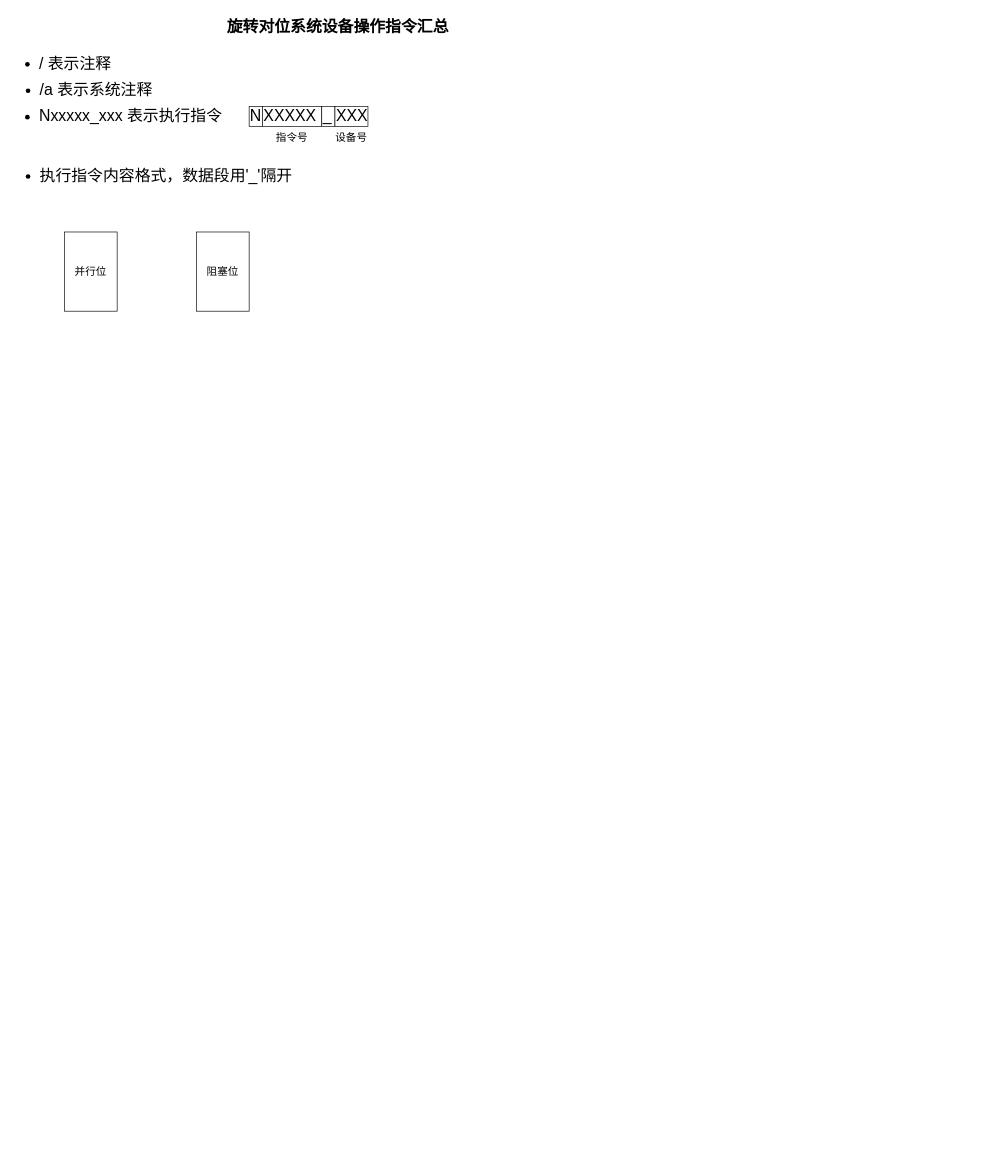
FalconARDev2018/falcon_mc6s16_v10r00 keeps this draw.io diagram as page "指令说明" (1 of 2) of 旋转对位系统设备指令汇总.drawio. Above is the earlier version. Source tidied: cells renumbered, new cells numbered last; positions are measured from the earlier drawing's top-left corner, leaving out a move shared by most shapes. Both pictures are drawn from the tidied source at 66%, with x=0, y=0 at pixel (11, 14).
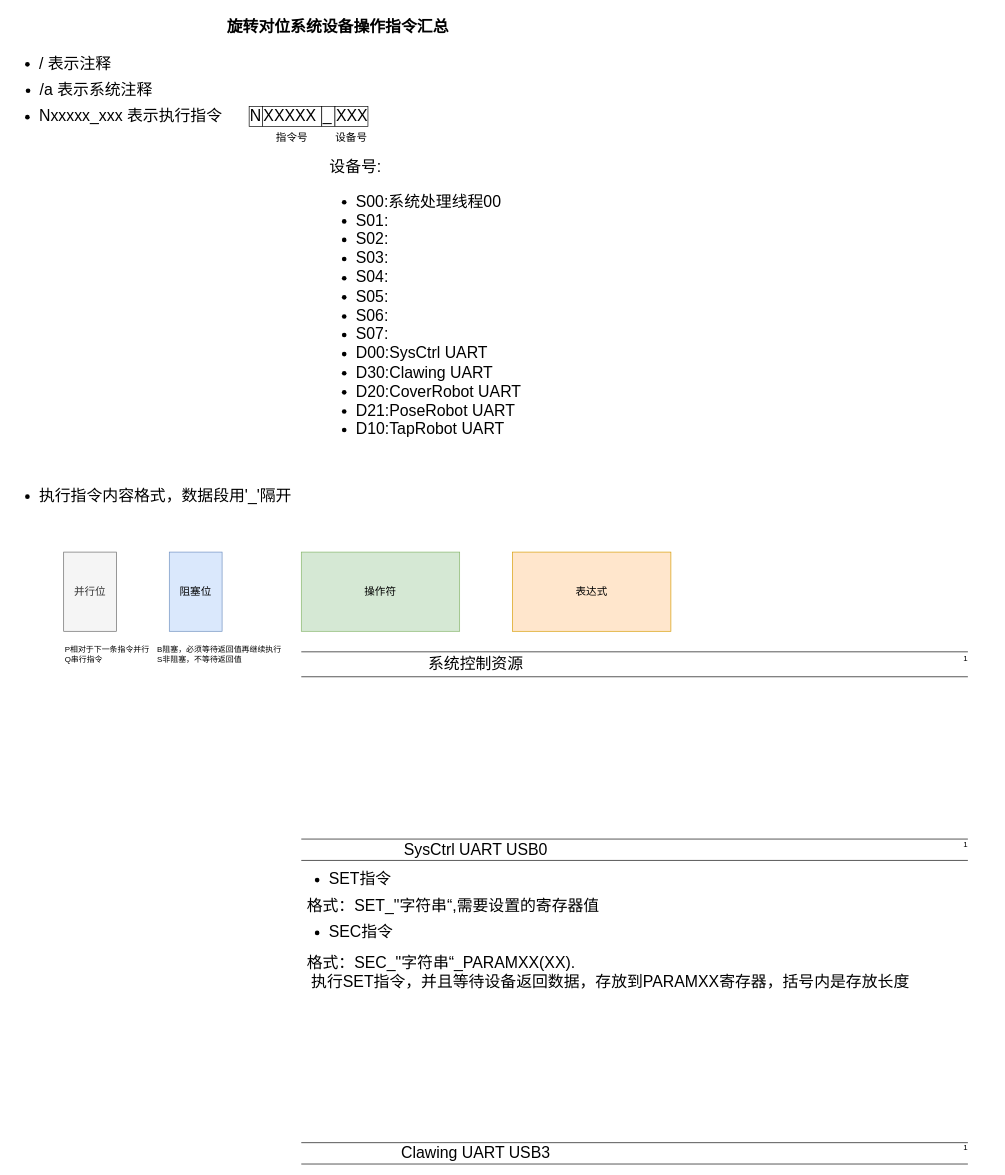
The same page after the edit.

Commit message:
更新旋转对位系统设备指令汇总.drawio

The edit, as a diff of the source:
```diff
@@
     <mxCell id="12" value="&lt;ul&gt;&lt;li&gt;执行指令内容格式，数据段用'_'隔开&lt;/li&gt;&lt;/ul&gt;" style="text;strokeColor=none;align=left;fillColor=none;html=1;verticalAlign=middle;whiteSpace=wrap;rounded=0;fontSize=24;" parent="1" vertex="1">
-      <mxGeometry x="1" y="230" width="829" height="30" as="geometry" />
+      <mxGeometry y="715" width="829" height="30" as="geometry" />
     </mxCell>
-    <mxCell id="13" value="并行位" style="rounded=0;whiteSpace=wrap;html=1;fontSize=16;" parent="1" vertex="1">
-      <mxGeometry x="80" y="330" width="80" height="120" as="geometry" />
+    <mxCell id="13" value="并行位" style="rounded=0;whiteSpace=wrap;html=1;fontSize=16;fillColor=#f5f5f5;fontColor=#333333;strokeColor=#666666;" parent="1" vertex="1">
+      <mxGeometry x="79" y="815" width="80" height="120" as="geometry" />
     </mxCell>
-    <mxCell id="14" value="阻塞位" style="rounded=0;whiteSpace=wrap;html=1;fontSize=16;" parent="1" vertex="1">
-      <mxGeometry x="280" y="330" width="80" height="120" as="geometry" />
+    <mxCell id="14" value="阻塞位" style="rounded=0;whiteSpace=wrap;html=1;fontSize=16;fillColor=#dae8fc;strokeColor=#6c8ebf;" parent="1" vertex="1">
+      <mxGeometry x="239" y="815" width="80" height="120" as="geometry" />
     </mxCell>
+    <mxCell id="15" value="操作符" style="rounded=0;whiteSpace=wrap;html=1;fontSize=16;fillColor=#d5e8d4;strokeColor=#82b366;" parent="1" vertex="1">
+      <mxGeometry x="439" y="815" width="240" height="120" as="geometry" />
+    </mxCell>
+    <mxCell id="16" value="表达式" style="rounded=0;whiteSpace=wrap;html=1;fontSize=16;fillColor=#ffe6cc;strokeColor=#d79b00;" parent="1" vertex="1">
+      <mxGeometry x="759" y="815" width="240" height="120" as="geometry" />
+    </mxCell>
+    <mxCell id="17" value="&lt;div style=&quot;font-size: 12px;&quot; align=&quot;left&quot;&gt;&lt;font style=&quot;font-size: 12px;&quot;&gt;B阻塞，必须等待返回值再继续执行&lt;/font&gt;&lt;/div&gt;&lt;div style=&quot;font-size: 12px;&quot; align=&quot;left&quot;&gt;&lt;font style=&quot;font-size: 12px;&quot;&gt;S非阻塞，不等待返回值&lt;br&gt;&lt;/font&gt;&lt;/div&gt;" style="text;strokeColor=none;align=left;fillColor=none;html=1;verticalAlign=middle;whiteSpace=wrap;rounded=0;fontSize=24;" parent="1" vertex="1">
+      <mxGeometry x="219" y="945" width="240" height="50" as="geometry" />
+    </mxCell>
+    <mxCell id="18" value="&lt;div&gt;P相对于下一条指令并行&lt;/div&gt;&lt;div&gt;Q串行指令&lt;/div&gt;" style="text;strokeColor=none;align=left;fillColor=none;html=1;verticalAlign=middle;whiteSpace=wrap;rounded=0;fontSize=12;" parent="1" vertex="1">
+      <mxGeometry x="79" y="955" width="130" height="30" as="geometry" />
+    </mxCell>
+    <mxCell id="19" style="shape=link;html=1;rounded=0;fontSize=12;width=32.35294117647059;" parent="1" edge="1">
+      <mxGeometry relative="1" as="geometry">
+        <mxPoint x="439" y="1266" as="sourcePoint" />
+        <mxPoint x="1449" y="1266" as="targetPoint" />
+      </mxGeometry>
+    </mxCell>
+    <mxCell id="20" value="1" style="html=1;align=right;verticalAlign=bottom;fontSize=12;" parent="19" vertex="1">
+      <mxGeometry x="1" relative="1" as="geometry" />
+    </mxCell>
+    <mxCell id="21" value="&lt;font style=&quot;font-size: 24px;&quot;&gt;SysCtrl UART USB0&lt;br&gt;&lt;/font&gt;" style="edgeLabel;html=1;align=center;verticalAlign=middle;fontSize=12;" parent="19" vertex="1">
+      <mxGeometry x="-0.48" y="1" relative="1" as="geometry" />
+    </mxCell>
+    <mxCell id="22" style="shape=link;html=1;rounded=0;fontSize=12;width=32.35294117647059;" parent="1" edge="1">
+      <mxGeometry relative="1" as="geometry">
+        <mxPoint x="439" y="1726" as="sourcePoint" />
+        <mxPoint x="1449" y="1726" as="targetPoint" />
+      </mxGeometry>
+    </mxCell>
+    <mxCell id="23" value="1" style="html=1;align=right;verticalAlign=bottom;fontSize=12;" parent="22" vertex="1">
+      <mxGeometry x="1" relative="1" as="geometry" />
+    </mxCell>
+    <mxCell id="24" value="&lt;font style=&quot;font-size: 24px;&quot;&gt;Clawing UART USB3&lt;br&gt;&lt;/font&gt;" style="edgeLabel;html=1;align=center;verticalAlign=middle;fontSize=12;" parent="22" vertex="1">
+      <mxGeometry x="-0.48" y="1" relative="1" as="geometry" />
+    </mxCell>
+    <mxCell id="25" value="&lt;ul&gt;&lt;li&gt;SET指令&lt;/li&gt;&lt;/ul&gt;" style="text;strokeColor=none;align=left;fillColor=none;html=1;verticalAlign=middle;whiteSpace=wrap;rounded=0;fontSize=24;" parent="1" vertex="1">
+      <mxGeometry x="439" y="1296" width="570" height="30" as="geometry" />
+    </mxCell>
+    <mxCell id="26" value="&lt;div&gt;&lt;span style=&quot;white-space: pre;&quot;&gt; &lt;/span&gt;格式：SET_&quot;字符串“,需要设置的寄存器值&lt;/div&gt;" style="text;strokeColor=none;align=left;fillColor=none;html=1;verticalAlign=middle;whiteSpace=wrap;rounded=0;fontSize=24;" parent="1" vertex="1">
+      <mxGeometry x="439" y="1336" width="570" height="30" as="geometry" />
+    </mxCell>
+    <mxCell id="27" value="&lt;ul&gt;&lt;li&gt;SEC指令&lt;/li&gt;&lt;/ul&gt;" style="text;strokeColor=none;align=left;fillColor=none;html=1;verticalAlign=middle;whiteSpace=wrap;rounded=0;fontSize=24;" parent="1" vertex="1">
+      <mxGeometry x="439" y="1376" width="570" height="30" as="geometry" />
+    </mxCell>
+    <mxCell id="28" value="&lt;div&gt;&lt;span style=&quot;white-space: pre;&quot;&gt; &lt;/span&gt;格式：SEC_&quot;字符串“_PARAMXX(XX).&lt;/div&gt;&lt;div&gt;&lt;span style=&quot;white-space: pre;&quot;&gt; &lt;/span&gt;&lt;span style=&quot;white-space: pre;&quot;&gt; &lt;/span&gt;执行SET指令，并且等待设备返回数据，存放到PARAMXX寄存器，括号内是存放长度&lt;/div&gt;&lt;span style=&quot;white-space: pre;&quot;&gt;&lt;/span&gt;" style="text;strokeColor=none;align=left;fillColor=none;html=1;verticalAlign=middle;whiteSpace=wrap;rounded=0;fontSize=24;" parent="1" vertex="1">
+      <mxGeometry x="439" y="1416" width="1050" height="70" as="geometry" />
+    </mxCell>
+    <mxCell id="29" style="shape=link;html=1;rounded=0;fontSize=12;width=37.77777777777778;" parent="1" edge="1">
+      <mxGeometry relative="1" as="geometry">
+        <mxPoint x="439" y="985" as="sourcePoint" />
+        <mxPoint x="1449" y="985" as="targetPoint" />
+      </mxGeometry>
+    </mxCell>
+    <mxCell id="30" value="1" style="html=1;align=right;verticalAlign=bottom;fontSize=12;" parent="29" vertex="1">
+      <mxGeometry x="1" relative="1" as="geometry" />
+    </mxCell>
+    <mxCell id="31" value="&lt;font style=&quot;font-size: 24px;&quot;&gt;系统控制资源&lt;/font&gt;" style="edgeLabel;html=1;align=center;verticalAlign=middle;fontSize=12;" parent="29" vertex="1">
+      <mxGeometry x="-0.48" y="1" relative="1" as="geometry" />
+    </mxCell>
+    <mxCell id="32" value="&lt;div&gt;设备号:&lt;/div&gt;&lt;div&gt;&lt;ul&gt;&lt;li&gt;S00:系统处理线程00&lt;/li&gt;&lt;li&gt;S01:&lt;/li&gt;&lt;li&gt;S02:&lt;/li&gt;&lt;li&gt;S03:&lt;/li&gt;&lt;li&gt;S04:&lt;/li&gt;&lt;li&gt;S05:&lt;/li&gt;&lt;li&gt;S06:&lt;/li&gt;&lt;li&gt;S07:&lt;br&gt;&lt;/li&gt;&lt;li&gt;D00:SysCtrl UART&lt;/li&gt;&lt;li&gt;D30:Clawing UART&lt;/li&gt;&lt;li&gt;D20:CoverRobot UART&lt;/li&gt;&lt;li&gt;D21:PoseRobot UART&lt;/li&gt;&lt;li&gt;D10:TapRobot UART&lt;br&gt;&lt;/li&gt;&lt;/ul&gt;&lt;/div&gt;" style="text;strokeColor=none;align=left;fillColor=none;html=1;verticalAlign=top;whiteSpace=wrap;rounded=0;fontSize=24;" parent="1" vertex="1">
+      <mxGeometry x="480" y="210" width="530" height="500" as="geometry" />
+    </mxCell>
```
